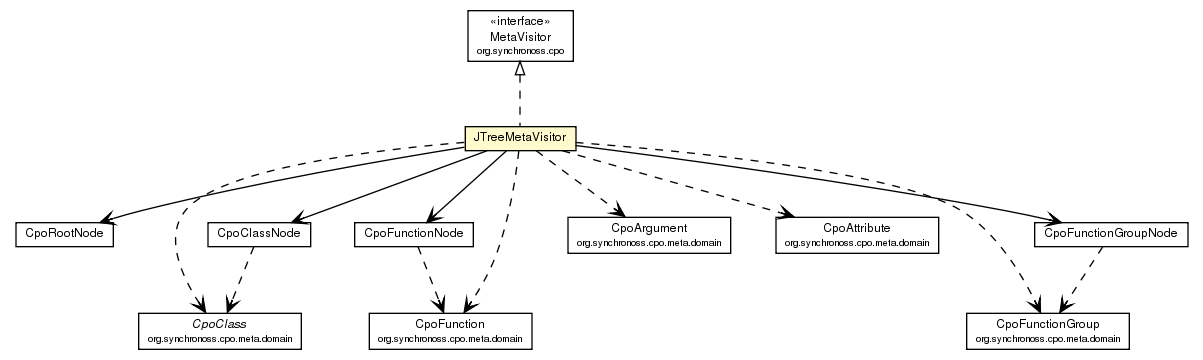
This is site/apidocs/org/synchronoss/cpo/util/JTreeMetaVisitor.png from synchronoss/cpo-util, a Graphviz export, as it was before one commit. Its source is kept beside it as site/apidocs/org/synchronoss/cpo/util/JTreeMetaVisitor.dot.
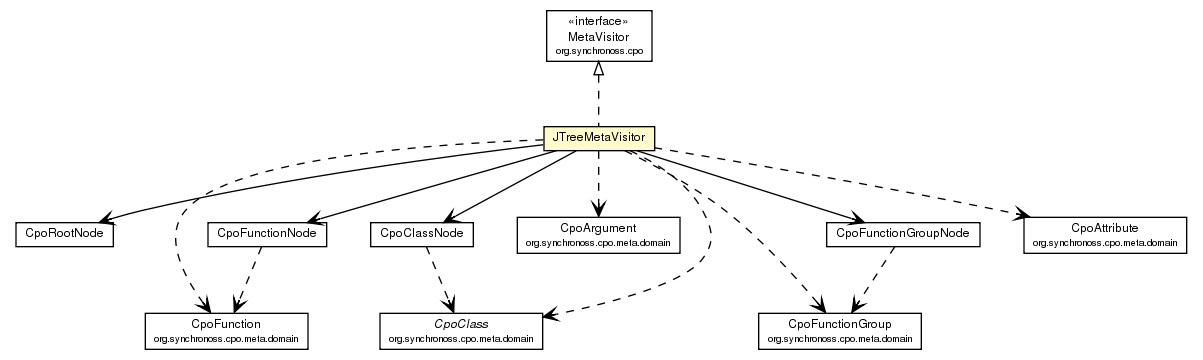
After the commit.

Diff of the diagram source:
```diff
@@ -35,36 +35,36 @@
 	c1707:p -> c1765:p [taillabel="", label="", headlabel="", fontname="Helvetica", fontcolor="black", fontsize=10.0, color="black", arrowhead=open, style=dashed];
 	c1707:p -> c1766:p [taillabel="", label="", headlabel="", fontname="Helvetica", fontcolor="black", fontsize=10.0, color="black", arrowhead=open, style=dashed];
 	c1707:p -> c1767:p [taillabel="", label="", headlabel="", fontname="Helvetica", fontcolor="black", fontsize=10.0, color="black", arrowhead=open, style=dashed];
-	c1707:p -> c1768:p [taillabel="", label="", headlabel="", fontname="Helvetica", fontcolor="black", fontsize=10.0, color="black", arrowhead=open, style=dashed];
+	c1707:p -> c1769:p [taillabel="", label="", headlabel="", fontname="Helvetica", fontcolor="black", fontsize=10.0, color="black", arrowhead=open, style=dashed];
 	c1707:p -> c1770:p [taillabel="", label="", headlabel="", fontname="Helvetica", fontcolor="black", fontsize=10.0, color="black", arrowhead=open, style=dashed];
-	c1721:p -> c1768:p [taillabel="", label="", headlabel="", fontname="Helvetica", fontcolor="black", fontsize=10.0, color="black", arrowhead=open, style=dashed];
-	c1723:p -> c1765:p [taillabel="", label="", headlabel="", fontname="Helvetica", fontcolor="black", fontsize=10.0, color="black", arrowhead=open, style=dashed];
-	c1728:p -> c1770:p [taillabel="", label="", headlabel="", fontname="Helvetica", fontcolor="black", fontsize=10.0, color="black", arrowhead=open, style=dashed];
-	c1765 [label=<<table border="0" cellborder="1" cellspacing="0" cellpadding="2" port="p" href="http://java.sun.com/j2se/1.4.2/docs/api/org/synchronoss/cpo/meta/domain/CpoClass.html">
+	c1721:p -> c1766:p [taillabel="", label="", headlabel="", fontname="Helvetica", fontcolor="black", fontsize=10.0, color="black", arrowhead=open, style=dashed];
+	c1723:p -> c1767:p [taillabel="", label="", headlabel="", fontname="Helvetica", fontcolor="black", fontsize=10.0, color="black", arrowhead=open, style=dashed];
+	c1728:p -> c1769:p [taillabel="", label="", headlabel="", fontname="Helvetica", fontcolor="black", fontsize=10.0, color="black", arrowhead=open, style=dashed];
+	c1767 [label=<<table border="0" cellborder="1" cellspacing="0" cellpadding="2" port="p" href="http://java.sun.com/j2se/1.4.2/docs/api/org/synchronoss/cpo/meta/domain/CpoClass.html">
 		<tr><td><table border="0" cellspacing="0" cellpadding="1">
 			<tr><td><font face="Helvetica-Oblique"> CpoClass </font></td></tr>
 			<tr><td><font point-size="7.0"> org.synchronoss.cpo.meta.domain </font></td></tr>
 		</table></td></tr>
 		</table>>, fontname="Helvetica", fontcolor="black", fontsize=9.0];
-	c1766 [label=<<table border="0" cellborder="1" cellspacing="0" cellpadding="2" port="p" href="http://java.sun.com/j2se/1.4.2/docs/api/org/synchronoss/cpo/meta/domain/CpoArgument.html">
+	c1765 [label=<<table border="0" cellborder="1" cellspacing="0" cellpadding="2" port="p" href="http://java.sun.com/j2se/1.4.2/docs/api/org/synchronoss/cpo/meta/domain/CpoArgument.html">
 		<tr><td><table border="0" cellspacing="0" cellpadding="1">
 			<tr><td> CpoArgument </td></tr>
 			<tr><td><font point-size="7.0"> org.synchronoss.cpo.meta.domain </font></td></tr>
 		</table></td></tr>
 		</table>>, fontname="Helvetica", fontcolor="black", fontsize=9.0];
-	c1767 [label=<<table border="0" cellborder="1" cellspacing="0" cellpadding="2" port="p" href="http://java.sun.com/j2se/1.4.2/docs/api/org/synchronoss/cpo/meta/domain/CpoAttribute.html">
+	c1770 [label=<<table border="0" cellborder="1" cellspacing="0" cellpadding="2" port="p" href="http://java.sun.com/j2se/1.4.2/docs/api/org/synchronoss/cpo/meta/domain/CpoAttribute.html">
 		<tr><td><table border="0" cellspacing="0" cellpadding="1">
 			<tr><td> CpoAttribute </td></tr>
 			<tr><td><font point-size="7.0"> org.synchronoss.cpo.meta.domain </font></td></tr>
 		</table></td></tr>
 		</table>>, fontname="Helvetica", fontcolor="black", fontsize=9.0];
-	c1768 [label=<<table border="0" cellborder="1" cellspacing="0" cellpadding="2" port="p" href="http://java.sun.com/j2se/1.4.2/docs/api/org/synchronoss/cpo/meta/domain/CpoFunction.html">
+	c1766 [label=<<table border="0" cellborder="1" cellspacing="0" cellpadding="2" port="p" href="http://java.sun.com/j2se/1.4.2/docs/api/org/synchronoss/cpo/meta/domain/CpoFunction.html">
 		<tr><td><table border="0" cellspacing="0" cellpadding="1">
 			<tr><td> CpoFunction </td></tr>
 			<tr><td><font point-size="7.0"> org.synchronoss.cpo.meta.domain </font></td></tr>
 		</table></td></tr>
 		</table>>, fontname="Helvetica", fontcolor="black", fontsize=9.0];
-	c1770 [label=<<table border="0" cellborder="1" cellspacing="0" cellpadding="2" port="p" href="http://java.sun.com/j2se/1.4.2/docs/api/org/synchronoss/cpo/meta/domain/CpoFunctionGroup.html">
+	c1769 [label=<<table border="0" cellborder="1" cellspacing="0" cellpadding="2" port="p" href="http://java.sun.com/j2se/1.4.2/docs/api/org/synchronoss/cpo/meta/domain/CpoFunctionGroup.html">
 		<tr><td><table border="0" cellspacing="0" cellpadding="1">
 			<tr><td> CpoFunctionGroup </td></tr>
 			<tr><td><font point-size="7.0"> org.synchronoss.cpo.meta.domain </font></td></tr>
```
